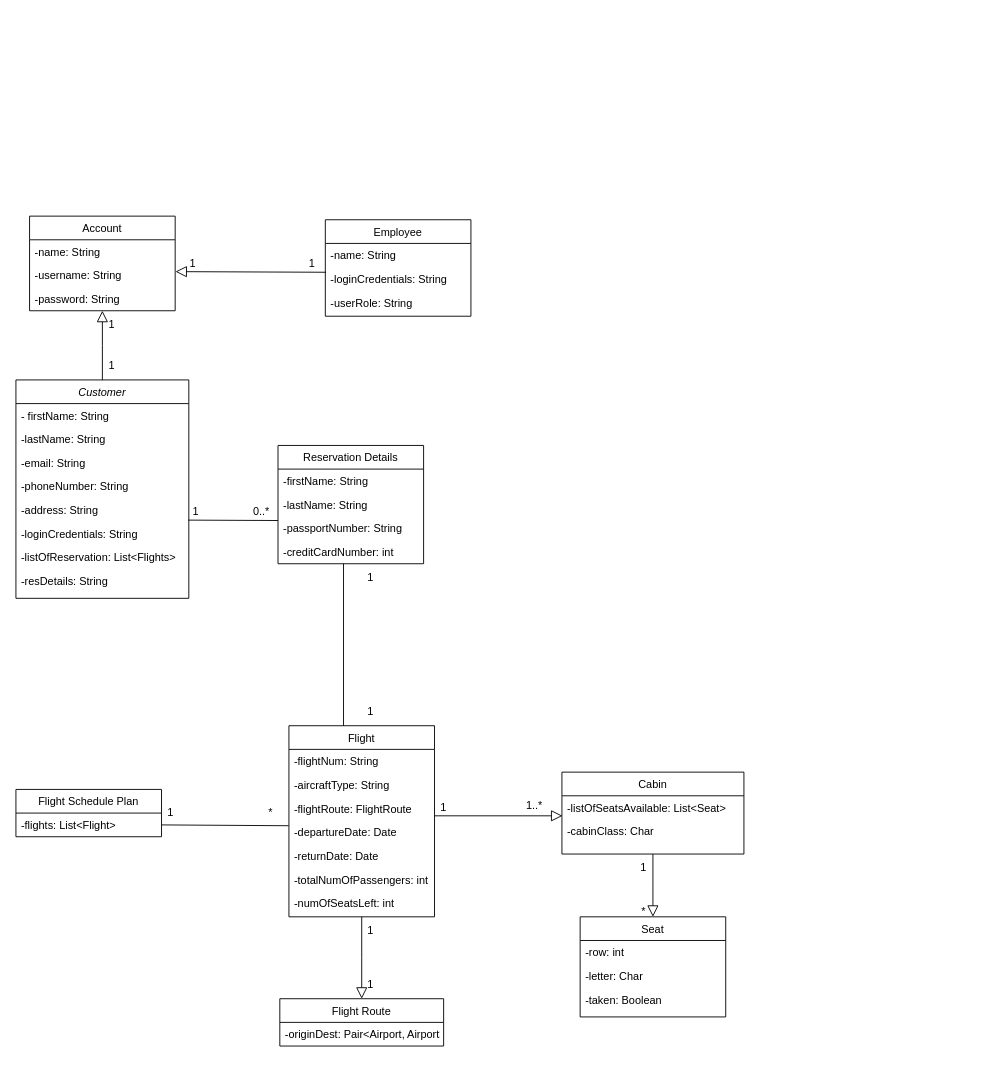
The draw.io diagram Untitled Diagram.drawio in glennquah/Flight-Enterprise-System, before the edit. Source tidied: cells renumbered, new cells numbered last; positions are measured from the earlier drawing's top-left corner, leaving out a move shared by most shapes. Both pictures are drawn from the tidied source at 91%, with x=0, y=0 at pixel (15, 216).
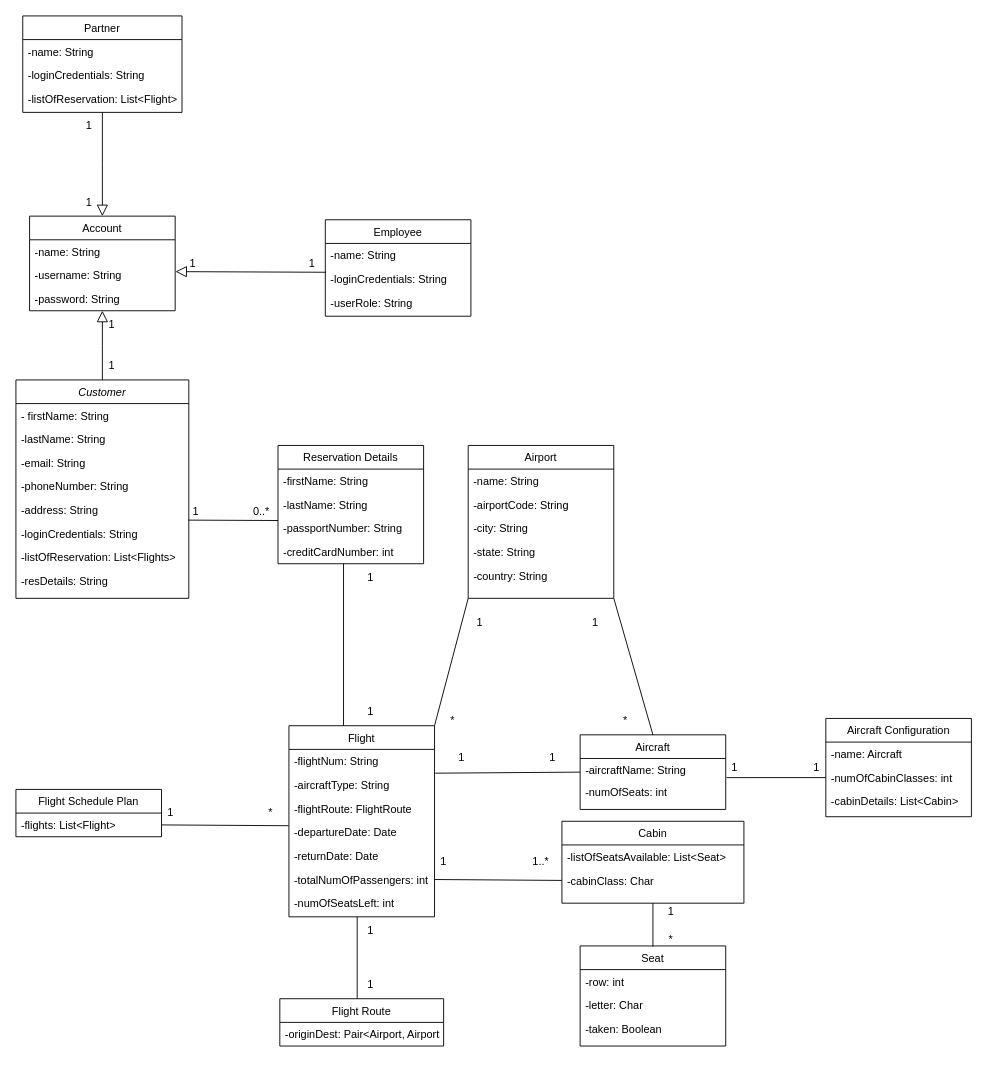
Above is the later version.

Unchanged cells that the change refers to:
```xml
<mxCell id="11" value="Flight" style="swimlane;fontStyle=0;align=center;verticalAlign=top;horizontal=1;startSize=26;rounded=0;shadow=0;strokeWidth=1;" parent="1" vertex="1">
  <mxGeometry x="300" y="560" width="160" height="210" as="geometry" />
</mxCell>
<mxCell id="13" value="-aircraftType: String" style="text;align=left;verticalAlign=top;spacingLeft=4;spacingRight=4;overflow=hidden;points=[[0,0.5],[1,0.5]];portConstraint=eastwest;rounded=0;shadow=0;html=0;" parent="11" vertex="1">
  <mxGeometry y="52" width="160" height="26" as="geometry" />
</mxCell>
<mxCell id="17" value="-totalNumOfPassengers: int" style="text;align=left;verticalAlign=top;spacingLeft=4;spacingRight=4;overflow=hidden;points=[[0,0.5],[1,0.5]];portConstraint=eastwest;rounded=0;shadow=0;html=0;" parent="11" vertex="1">
  <mxGeometry y="156" width="160" height="26" as="geometry" />
</mxCell>
<mxCell id="19" value="Account" style="swimlane;fontStyle=0;align=center;verticalAlign=top;horizontal=1;startSize=26;rounded=0;shadow=0;strokeWidth=1;" parent="1" vertex="1">
  <mxGeometry x="15" width="160" height="104" as="geometry" />
</mxCell>
<mxCell id="41" value="-cabinClass: Char" style="text;align=left;verticalAlign=top;spacingLeft=4;spacingRight=4;overflow=hidden;points=[[0,0.5],[1,0.5]];portConstraint=eastwest;rounded=0;shadow=0;html=0;" parent="39" vertex="1">
  <mxGeometry y="52" width="200" height="26" as="geometry" />
</mxCell>
<mxCell id="52" value="Flight Route" style="swimlane;fontStyle=0;align=center;verticalAlign=top;horizontal=1;startSize=26;rounded=0;shadow=0;strokeWidth=1;" parent="1" vertex="1">
  <mxGeometry x="290" y="860" width="180" height="52" as="geometry" />
</mxCell>
<mxCell id="55" value="1" style="text;html=1;strokeColor=none;fillColor=none;align=center;verticalAlign=middle;whiteSpace=wrap;rounded=0;" parent="1" vertex="1">
  <mxGeometry x="360" y="770" width="60" height="30" as="geometry" />
</mxCell>
<mxCell id="56" value="1" style="text;html=1;strokeColor=none;fillColor=none;align=center;verticalAlign=middle;whiteSpace=wrap;rounded=0;" parent="1" vertex="1">
  <mxGeometry x="360" y="830" width="60" height="30" as="geometry" />
</mxCell>
```

Change to the diagram source:
```diff
@@
     <mxCell id="39" value="Cabin" style="swimlane;fontStyle=0;align=center;verticalAlign=top;horizontal=1;startSize=26;rounded=0;shadow=0;strokeWidth=1;" parent="1" vertex="1">
-      <mxGeometry x="600" y="611" width="200" height="90" as="geometry" />
+      <mxGeometry x="600" y="665" width="200" height="90" as="geometry" />
     </mxCell>
@@
-    <mxCell id="42" style="endArrow=block;endSize=10;endFill=0;shadow=0;strokeWidth=1;rounded=0;edgeStyle=elbowEdgeStyle;elbow=vertical;entryX=1.01;entryY=0.861;entryDx=0;entryDy=0;entryPerimeter=0;exitX=1.003;exitY=0.108;exitDx=0;exitDy=0;exitPerimeter=0;" parent="1" edge="1" target="44">
-      <mxGeometry relative="1" as="geometry">
-        <mxPoint x="460" y="659" as="sourcePoint" />
-      </mxGeometry>
-    </mxCell>
     <mxCell id="43" value="1" style="text;html=1;strokeColor=none;fillColor=none;align=center;verticalAlign=middle;whiteSpace=wrap;rounded=0;" parent="1" vertex="1">
-      <mxGeometry x="440" y="635" width="60" height="30" as="geometry" />
+      <mxGeometry x="440" y="695" width="60" height="30" as="geometry" />
     </mxCell>
     <mxCell id="44" value="1..*" style="text;html=1;strokeColor=none;fillColor=none;align=center;verticalAlign=middle;whiteSpace=wrap;rounded=0;" parent="1" vertex="1">
-      <mxGeometry x="540" y="633" width="60" height="30" as="geometry" />
+      <mxGeometry x="547" y="695" width="60" height="30" as="geometry" />
     </mxCell>
     <mxCell id="45" value="Seat" style="swimlane;fontStyle=0;align=center;verticalAlign=top;horizontal=1;startSize=26;rounded=0;shadow=0;strokeWidth=1;" parent="1" vertex="1">
-      <mxGeometry x="620" y="770" width="160" height="110" as="geometry" />
+      <mxGeometry x="620" y="802" width="160" height="110" as="geometry" />
     </mxCell>
@@
-    <mxCell id="49" style="endArrow=block;endSize=10;endFill=0;shadow=0;strokeWidth=1;rounded=0;edgeStyle=elbowEdgeStyle;elbow=vertical;exitX=0.5;exitY=1;exitDx=0;exitDy=0;" parent="1" edge="1" source="39" target="45">
-      <mxGeometry relative="1" as="geometry" />
-    </mxCell>
     <mxCell id="50" value="1" style="text;html=1;strokeColor=none;fillColor=none;align=center;verticalAlign=middle;whiteSpace=wrap;rounded=0;" parent="1" vertex="1">
-      <mxGeometry x="660" y="701" width="60" height="30" as="geometry" />
+      <mxGeometry x="690" y="750" width="60" height="30" as="geometry" />
     </mxCell>
     <mxCell id="51" value="*" style="text;html=1;strokeColor=none;fillColor=none;align=center;verticalAlign=middle;whiteSpace=wrap;rounded=0;" parent="1" vertex="1">
-      <mxGeometry x="660" y="750" width="60" height="30" as="geometry" />
+      <mxGeometry x="690" y="780" width="60" height="30" as="geometry" />
     </mxCell>
@@
-    <mxCell id="54" style="endArrow=block;endSize=10;endFill=0;shadow=0;strokeWidth=1;rounded=0;edgeStyle=elbowEdgeStyle;elbow=vertical;entryX=0.5;entryY=0;entryDx=0;entryDy=0;" parent="1" edge="1" target="52">
-      <mxGeometry relative="1" as="geometry">
-        <mxPoint x="380" y="770" as="sourcePoint" />
-      </mxGeometry>
-    </mxCell>
@@
+    <mxCell id="67" style="endArrow=block;endSize=10;endFill=0;shadow=0;strokeWidth=1;rounded=0;edgeStyle=elbowEdgeStyle;elbow=vertical;exitX=0.5;exitY=1;exitDx=0;exitDy=0;entryX=0.5;entryY=0;entryDx=0;entryDy=0;" parent="1" edge="1" source="68" target="19">
+      <mxGeometry relative="1" as="geometry" />
+    </mxCell>
+    <mxCell id="68" value="Partner" style="swimlane;fontStyle=0;align=center;verticalAlign=top;horizontal=1;startSize=26;rounded=0;shadow=0;strokeWidth=1;" parent="1" vertex="1">
+      <mxGeometry x="7.5" y="-220" width="175" height="106" as="geometry" />
+    </mxCell>
+    <mxCell id="69" value="-name: String" style="text;align=left;verticalAlign=top;spacingLeft=4;spacingRight=4;overflow=hidden;" parent="68" vertex="1">
+      <mxGeometry y="26" width="175" height="26" as="geometry" />
+    </mxCell>
+    <mxCell id="70" value="-loginCredentials: String" style="text;align=left;verticalAlign=top;spacingLeft=4;spacingRight=4;overflow=hidden;rounded=0;shadow=0;html=0;" parent="68" vertex="1">
+      <mxGeometry y="52" width="175" height="26" as="geometry" />
+    </mxCell>
+    <mxCell id="71" value="-listOfReservation: List&lt;Flight&gt;" style="text;align=left;verticalAlign=top;spacingLeft=4;spacingRight=4;overflow=hidden;rounded=0;shadow=0;html=0;" parent="68" vertex="1">
+      <mxGeometry y="78" width="175" height="26" as="geometry" />
+    </mxCell>
+    <mxCell id="72" value="1" style="text;html=1;align=center;verticalAlign=middle;strokeColor=none;fillColor=none;" parent="1" vertex="1">
+      <mxGeometry x="65" y="-30" width="30" height="30" as="geometry" />
+    </mxCell>
+    <mxCell id="73" value="1" style="text;html=1;align=center;verticalAlign=middle;strokeColor=none;fillColor=none;" parent="1" vertex="1">
+      <mxGeometry x="65" y="-114" width="30" height="30" as="geometry" />
+    </mxCell>
+    <mxCell id="74" value="Aircraft" style="swimlane;fontStyle=0;align=center;verticalAlign=top;horizontal=1;startSize=26;rounded=0;shadow=0;strokeWidth=1;" parent="1" vertex="1">
+      <mxGeometry x="620" y="570" width="160" height="82" as="geometry" />
+    </mxCell>
+    <mxCell id="75" value="-aircraftName: String" style="text;align=left;verticalAlign=top;spacingLeft=4;spacingRight=4;overflow=hidden;" parent="74" vertex="1">
+      <mxGeometry y="26" width="160" height="24" as="geometry" />
+    </mxCell>
+    <mxCell id="76" value="-numOfSeats: int" style="text;align=left;verticalAlign=top;spacingLeft=4;spacingRight=4;overflow=hidden;points=[[0,0.5],[1,0.5]];portConstraint=eastwest;" parent="74" vertex="1">
+      <mxGeometry y="50" width="160" height="20" as="geometry" />
+    </mxCell>
+    <mxCell id="77" value="1" style="text;html=1;strokeColor=none;fillColor=none;align=center;verticalAlign=middle;whiteSpace=wrap;rounded=0;" parent="1" vertex="1">
+      <mxGeometry x="460" y="580" width="60" height="30" as="geometry" />
+    </mxCell>
+    <mxCell id="78" value="1" style="text;html=1;strokeColor=none;fillColor=none;align=center;verticalAlign=middle;whiteSpace=wrap;rounded=0;" parent="1" vertex="1">
+      <mxGeometry x="560" y="580" width="60" height="30" as="geometry" />
+    </mxCell>
+    <mxCell id="79" style="endArrow=none;html=1;rounded=0;entryX=0;entryY=0.5;entryDx=0;entryDy=0;exitX=1.005;exitY=0.006;exitDx=0;exitDy=0;exitPerimeter=0;" parent="1" edge="1" source="13" target="74">
+      <mxGeometry relative="1" as="geometry" />
+    </mxCell>
+    <mxCell id="80" style="endArrow=none;html=1;rounded=0;exitX=1;exitY=0.5;exitDx=0;exitDy=0;entryX=0;entryY=0.5;entryDx=0;entryDy=0;" parent="1" edge="1" source="17" target="41">
+      <mxGeometry relative="1" as="geometry" />
+    </mxCell>
+    <mxCell id="81" style="endArrow=none;html=1;rounded=0;entryX=0.5;entryY=1;entryDx=0;entryDy=0;exitX=0.5;exitY=0.005;exitDx=0;exitDy=0;exitPerimeter=0;" parent="1" edge="1" source="45" target="39">
+      <mxGeometry relative="1" as="geometry" />
+    </mxCell>
+    <mxCell id="82" style="endArrow=none;html=1;rounded=0;entryX=0.25;entryY=0;entryDx=0;entryDy=0;exitX=0.25;exitY=1;exitDx=0;exitDy=0;" parent="1" edge="1" source="56" target="55">
+      <mxGeometry relative="1" as="geometry" />
+    </mxCell>
+    <mxCell id="83" value="Airport" style="swimlane;fontStyle=0;align=center;verticalAlign=top;horizontal=1;startSize=26;rounded=0;shadow=0;strokeWidth=1;" parent="1" vertex="1">
+      <mxGeometry x="497" y="252" width="160" height="168" as="geometry" />
+    </mxCell>
+    <mxCell id="84" value="-name: String" style="text;align=left;verticalAlign=top;spacingLeft=4;spacingRight=4;overflow=hidden;" parent="83" vertex="1">
+      <mxGeometry y="26" width="160" height="26" as="geometry" />
+    </mxCell>
+    <mxCell id="85" value="-airportCode: String" style="text;align=left;verticalAlign=top;spacingLeft=4;spacingRight=4;overflow=hidden;rounded=0;shadow=0;html=0;" parent="83" vertex="1">
+      <mxGeometry y="52" width="160" height="26" as="geometry" />
+    </mxCell>
+    <mxCell id="86" value="-city: String" style="text;align=left;verticalAlign=top;spacingLeft=4;spacingRight=4;overflow=hidden;rounded=0;shadow=0;html=0;" parent="83" vertex="1">
+      <mxGeometry y="78" width="160" height="26" as="geometry" />
+    </mxCell>
+    <mxCell id="87" value="-state: String" style="text;align=left;verticalAlign=top;spacingLeft=4;spacingRight=4;overflow=hidden;rounded=0;shadow=0;html=0;" parent="83" vertex="1">
+      <mxGeometry y="104" width="160" height="26" as="geometry" />
+    </mxCell>
+    <mxCell id="88" value="-country: String" style="text;align=left;verticalAlign=top;spacingLeft=4;spacingRight=4;overflow=hidden;rounded=0;shadow=0;html=0;" parent="83" vertex="1">
+      <mxGeometry y="130" width="160" height="26" as="geometry" />
+    </mxCell>
+    <mxCell id="89" style="endArrow=none;html=1;rounded=0;entryX=0;entryY=1;entryDx=0;entryDy=0;exitX=1;exitY=0;exitDx=0;exitDy=0;" parent="1" edge="1" source="11" target="83">
+      <mxGeometry relative="1" as="geometry" />
+    </mxCell>
+    <mxCell id="90" style="endArrow=none;html=1;rounded=0;entryX=1;entryY=1;entryDx=0;entryDy=0;exitX=0.5;exitY=0;exitDx=0;exitDy=0;" parent="1" edge="1" source="74" target="83">
+      <mxGeometry relative="1" as="geometry" />
+    </mxCell>
+    <mxCell id="91" value="1" style="text;html=1;strokeColor=none;fillColor=none;align=center;verticalAlign=middle;whiteSpace=wrap;rounded=0;" parent="1" vertex="1">
+      <mxGeometry x="480" y="432" width="60" height="30" as="geometry" />
+    </mxCell>
+    <mxCell id="92" value="1" style="text;html=1;strokeColor=none;fillColor=none;align=center;verticalAlign=middle;whiteSpace=wrap;rounded=0;" parent="1" vertex="1">
+      <mxGeometry x="607" y="432" width="60" height="30" as="geometry" />
+    </mxCell>
+    <mxCell id="93" value="*" style="text;html=1;strokeColor=none;fillColor=none;align=center;verticalAlign=middle;whiteSpace=wrap;rounded=0;" parent="1" vertex="1">
+      <mxGeometry x="450" y="540" width="60" height="30" as="geometry" />
+    </mxCell>
+    <mxCell id="94" value="*" style="text;html=1;strokeColor=none;fillColor=none;align=center;verticalAlign=middle;whiteSpace=wrap;rounded=0;" parent="1" vertex="1">
+      <mxGeometry x="640" y="540" width="60" height="30" as="geometry" />
+    </mxCell>
+    <mxCell id="95" value="Aircraft Configuration" style="swimlane;fontStyle=0;align=center;verticalAlign=top;horizontal=1;startSize=26;rounded=0;shadow=0;strokeWidth=1;" parent="1" vertex="1">
+      <mxGeometry x="890" y="552" width="160" height="108" as="geometry" />
+    </mxCell>
+    <mxCell id="96" value="-name: Aircraft" style="text;align=left;verticalAlign=top;spacingLeft=4;spacingRight=4;overflow=hidden;" parent="95" vertex="1">
+      <mxGeometry y="26" width="160" height="26" as="geometry" />
+    </mxCell>
+    <mxCell id="97" value="-numOfCabinClasses: int" style="text;align=left;verticalAlign=top;spacingLeft=4;spacingRight=4;overflow=hidden;points=[[0,0.5],[1,0.5]];portConstraint=eastwest;rounded=0;shadow=0;html=0;" parent="95" vertex="1">
+      <mxGeometry y="52" width="160" height="26" as="geometry" />
+    </mxCell>
+    <mxCell id="98" value="-cabinDetails: List&lt;Cabin&gt;" style="text;align=left;verticalAlign=top;spacingLeft=4;spacingRight=4;overflow=hidden;rounded=0;shadow=0;html=0;" parent="95" vertex="1">
+      <mxGeometry y="78" width="160" height="26" as="geometry" />
+    </mxCell>
+    <mxCell id="99" style="endArrow=none;html=1;rounded=0;exitX=1.006;exitY=-0.149;exitDx=0;exitDy=0;exitPerimeter=0;entryX=0;entryY=0.5;entryDx=0;entryDy=0;" parent="1" edge="1" source="76" target="97">
+      <mxGeometry relative="1" as="geometry" />
+    </mxCell>
+    <mxCell id="100" value="1" style="text;html=1;strokeColor=none;fillColor=none;align=center;verticalAlign=middle;whiteSpace=wrap;rounded=0;" parent="1" vertex="1">
+      <mxGeometry x="760" y="591" width="60" height="30" as="geometry" />
+    </mxCell>
+    <mxCell id="101" value="1" style="text;html=1;strokeColor=none;fillColor=none;align=center;verticalAlign=middle;whiteSpace=wrap;rounded=0;" parent="1" vertex="1">
+      <mxGeometry x="850" y="591" width="60" height="30" as="geometry" />
+    </mxCell>
```
